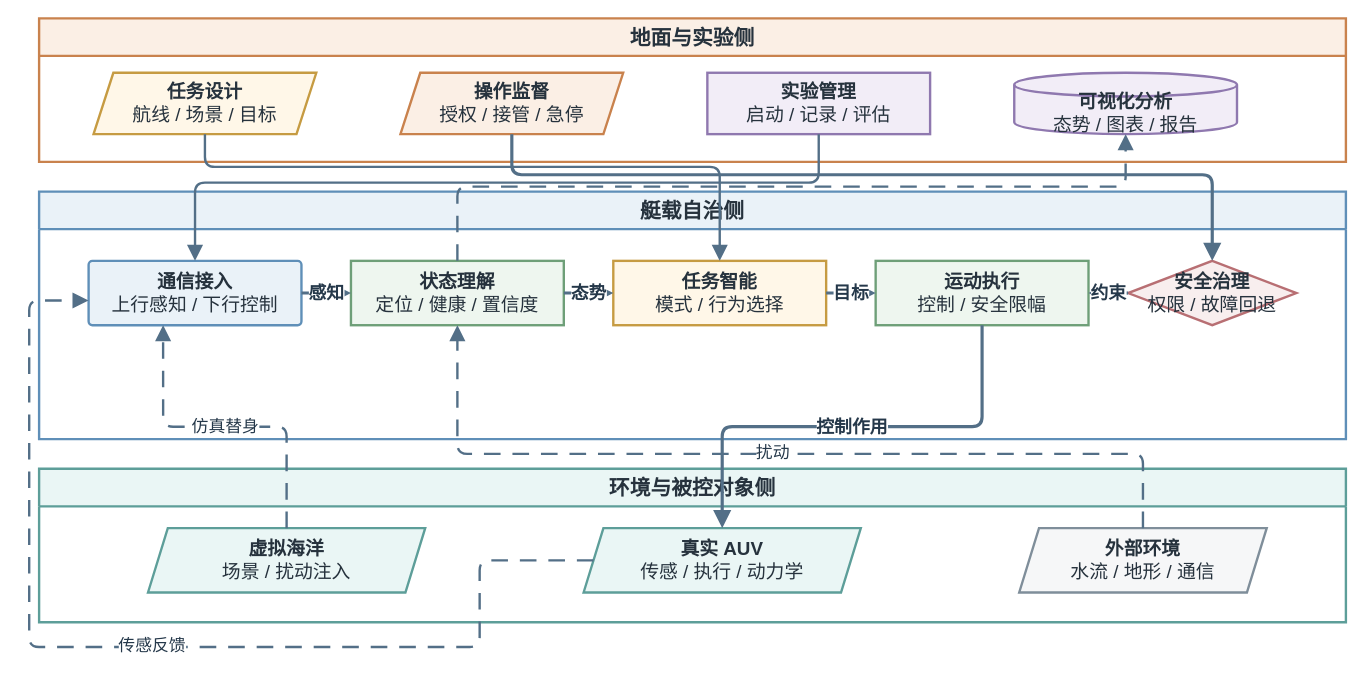
Above: docs/thesis/figures/architecture/auv_system_subsystem_organization.drawio in 360ZMEM/AUV-Master-Project (draw.io), before the change. Source tidied: cells renumbered, new cells numbered last; positions are measured from the earlier drawing's top-left corner, leaving out a move shared by most shapes. Both pictures are drawn from the tidied source at 99%, with x=0, y=0 at pixel (29, 18).
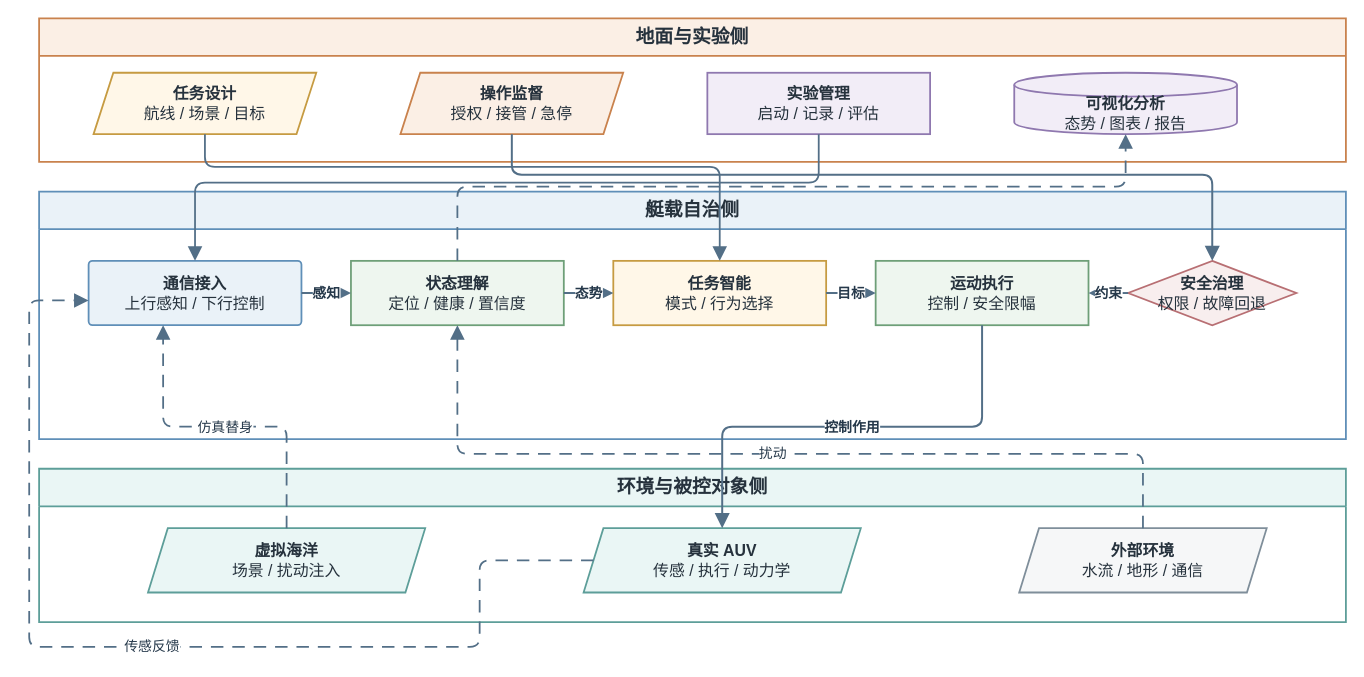
The same diagram, later.

What changed in the source:
```diff
@@
-    <mxCell id="2" value="地面与实验侧" style="swimlane;whiteSpace=wrap;html=1;startSize=38;rounded=0;fillColor=#FBEFE5;strokeColor=#C9824D;strokeWidth=2.4;fontFamily=Songti SC;fontSize=21;fontStyle=1;fontColor=#26323D;" parent="1" vertex="1">
+    <mxCell id="2" value="地面与实验侧" style="swimlane;whiteSpace=wrap;html=1;startSize=38;rounded=0;fillColor=#FBEFE5;strokeColor=#C9824D;strokeWidth=1.8;fontFamily=Songti SC;fontSize=19;fontStyle=1;fontColor=#26323D;" parent="1" vertex="1">
       <mxGeometry x="10" width="1320" height="145" as="geometry" />
     </mxCell>
-    <mxCell id="3" value="艇载自治侧" style="swimlane;whiteSpace=wrap;html=1;startSize=38;rounded=0;fillColor=#EAF2F8;strokeColor=#5F8FB8;strokeWidth=2.4;fontFamily=Songti SC;fontSize=21;fontStyle=1;fontColor=#26323D;" parent="1" vertex="1">
+    <mxCell id="3" value="艇载自治侧" style="swimlane;whiteSpace=wrap;html=1;startSize=38;rounded=0;fillColor=#EAF2F8;strokeColor=#5F8FB8;strokeWidth=1.8;fontFamily=Songti SC;fontSize=19;fontStyle=1;fontColor=#26323D;" parent="1" vertex="1">
       <mxGeometry x="10" y="175" width="1320" height="250" as="geometry" />
     </mxCell>
-    <mxCell id="4" value="环境与被控对象侧" style="swimlane;whiteSpace=wrap;html=1;startSize=38;rounded=0;fillColor=#EAF6F5;strokeColor=#5D9E99;strokeWidth=2.4;fontFamily=Songti SC;fontSize=21;fontStyle=1;fontColor=#26323D;" parent="1" vertex="1">
+    <mxCell id="4" value="环境与被控对象侧" style="swimlane;whiteSpace=wrap;html=1;startSize=38;rounded=0;fillColor=#EAF6F5;strokeColor=#5D9E99;strokeWidth=1.8;fontFamily=Songti SC;fontSize=19;fontStyle=1;fontColor=#26323D;" parent="1" vertex="1">
       <mxGeometry x="10" y="455" width="1320" height="155" as="geometry" />
     </mxCell>
-    <mxCell id="5" value="&lt;b&gt;任务设计&lt;/b&gt;&lt;br&gt;航线 / 场景 / 目标" style="shape=parallelogram;perimeter=parallelogramPerimeter;fixedSize=1;whiteSpace=wrap;html=1;align=center;verticalAlign=middle;fillColor=#FFF7E8;strokeColor=#C69B42;strokeWidth=2.4;spacing=8;fontFamily=Songti SC;fontSize=19;fontColor=#26323D;" parent="2" vertex="1">
+    <mxCell id="5" value="&lt;b&gt;任务设计&lt;/b&gt;&lt;br&gt;航线 / 场景 / 目标" style="shape=parallelogram;perimeter=parallelogramPerimeter;fixedSize=1;whiteSpace=wrap;html=1;align=center;verticalAlign=middle;fillColor=#FFF7E8;strokeColor=#C69B42;strokeWidth=1.8;spacing=8;fontFamily=Songti SC;fontSize=16;fontColor=#26323D;" parent="2" vertex="1">
       <mxGeometry x="55" y="55" width="225" height="62" as="geometry" />
     </mxCell>
-    <mxCell id="6" value="&lt;b&gt;操作监督&lt;/b&gt;&lt;br&gt;授权 / 接管 / 急停" style="shape=parallelogram;perimeter=parallelogramPerimeter;fixedSize=1;whiteSpace=wrap;html=1;align=center;verticalAlign=middle;fillColor=#FBEFE5;strokeColor=#C9824D;strokeWidth=2.4;spacing=8;fontFamily=Songti SC;fontSize=19;fontColor=#26323D;" parent="2" vertex="1">
+    <mxCell id="6" value="&lt;b&gt;操作监督&lt;/b&gt;&lt;br&gt;授权 / 接管 / 急停" style="shape=parallelogram;perimeter=parallelogramPerimeter;fixedSize=1;whiteSpace=wrap;html=1;align=center;verticalAlign=middle;fillColor=#FBEFE5;strokeColor=#C9824D;strokeWidth=1.8;spacing=8;fontFamily=Songti SC;fontSize=16;fontColor=#26323D;" parent="2" vertex="1">
       <mxGeometry x="365" y="55" width="225" height="62" as="geometry" />
     </mxCell>
-    <mxCell id="7" value="&lt;b&gt;实验管理&lt;/b&gt;&lt;br&gt;启动 / 记录 / 评估" style="rounded=0;whiteSpace=wrap;html=1;align=center;verticalAlign=middle;fillColor=#F2EDF7;strokeColor=#8F78AF;strokeWidth=2.4;spacing=8;fontFamily=Songti SC;fontSize=19;fontColor=#26323D;" parent="2" vertex="1">
+    <mxCell id="7" value="&lt;b&gt;实验管理&lt;/b&gt;&lt;br&gt;启动 / 记录 / 评估" style="rounded=0;whiteSpace=wrap;html=1;align=center;verticalAlign=middle;fillColor=#F2EDF7;strokeColor=#8F78AF;strokeWidth=1.8;spacing=8;fontFamily=Songti SC;fontSize=16;fontColor=#26323D;" parent="2" vertex="1">
       <mxGeometry x="675" y="55" width="225" height="62" as="geometry" />
     </mxCell>
-    <mxCell id="8" value="&lt;b&gt;可视化分析&lt;/b&gt;&lt;br&gt;态势 / 图表 / 报告" style="shape=cylinder3;boundedLbl=1;backgroundOutline=1;size=12;whiteSpace=wrap;html=1;align=center;verticalAlign=middle;fillColor=#F2EDF7;strokeColor=#8F78AF;strokeWidth=2.4;spacing=8;fontFamily=Songti SC;fontSize=19;fontColor=#26323D;" parent="2" vertex="1">
+    <mxCell id="8" value="&lt;b&gt;可视化分析&lt;/b&gt;&lt;br&gt;态势 / 图表 / 报告" style="shape=cylinder3;boundedLbl=1;backgroundOutline=1;size=12;whiteSpace=wrap;html=1;align=center;verticalAlign=middle;fillColor=#F2EDF7;strokeColor=#8F78AF;strokeWidth=1.8;spacing=8;fontFamily=Songti SC;fontSize=16;fontColor=#26323D;" parent="2" vertex="1">
       <mxGeometry x="985" y="55" width="225" height="62" as="geometry" />
     </mxCell>
-    <mxCell id="9" value="&lt;b&gt;通信接入&lt;/b&gt;&lt;br&gt;上行感知 / 下行控制" style="rounded=1;arcSize=6;whiteSpace=wrap;html=1;align=center;verticalAlign=middle;fillColor=#EAF2F8;strokeColor=#5F8FB8;strokeWidth=2.4;spacing=8;fontFamily=Songti SC;fontSize=19;fontColor=#26323D;" parent="3" vertex="1">
+    <mxCell id="9" value="&lt;b&gt;通信接入&lt;/b&gt;&lt;br&gt;上行感知 / 下行控制" style="rounded=1;arcSize=6;whiteSpace=wrap;html=1;align=center;verticalAlign=middle;fillColor=#EAF2F8;strokeColor=#5F8FB8;strokeWidth=1.8;spacing=8;fontFamily=Songti SC;fontSize=16;fontColor=#26323D;" parent="3" vertex="1">
       <mxGeometry x="50" y="70" width="215" height="65" as="geometry" />
     </mxCell>
-    <mxCell id="10" value="&lt;b&gt;状态理解&lt;/b&gt;&lt;br&gt;定位 / 健康 / 置信度" style="rounded=0;whiteSpace=wrap;html=1;align=center;verticalAlign=middle;fillColor=#EEF6EF;strokeColor=#6E9F78;strokeWidth=2.4;spacing=8;fontFamily=Songti SC;fontSize=19;fontColor=#26323D;" parent="3" vertex="1">
+    <mxCell id="10" value="&lt;b&gt;状态理解&lt;/b&gt;&lt;br&gt;定位 / 健康 / 置信度" style="rounded=0;whiteSpace=wrap;html=1;align=center;verticalAlign=middle;fillColor=#EEF6EF;strokeColor=#6E9F78;strokeWidth=1.8;spacing=8;fontFamily=Songti SC;fontSize=16;fontColor=#26323D;" parent="3" vertex="1">
       <mxGeometry x="315" y="70" width="215" height="65" as="geometry" />
     </mxCell>
-    <mxCell id="11" value="&lt;b&gt;任务智能&lt;/b&gt;&lt;br&gt;模式 / 行为选择" style="rounded=0;whiteSpace=wrap;html=1;align=center;verticalAlign=middle;fillColor=#FFF7E8;strokeColor=#C69B42;strokeWidth=2.4;spacing=8;fontFamily=Songti SC;fontSize=19;fontColor=#26323D;" parent="3" vertex="1">
+    <mxCell id="11" value="&lt;b&gt;任务智能&lt;/b&gt;&lt;br&gt;模式 / 行为选择" style="rounded=0;whiteSpace=wrap;html=1;align=center;verticalAlign=middle;fillColor=#FFF7E8;strokeColor=#C69B42;strokeWidth=1.8;spacing=8;fontFamily=Songti SC;fontSize=16;fontColor=#26323D;" parent="3" vertex="1">
       <mxGeometry x="580" y="70" width="215" height="65" as="geometry" />
     </mxCell>
-    <mxCell id="12" value="&lt;b&gt;运动执行&lt;/b&gt;&lt;br&gt;控制 / 安全限幅" style="rounded=0;whiteSpace=wrap;html=1;align=center;verticalAlign=middle;fillColor=#EEF6EF;strokeColor=#6E9F78;strokeWidth=2.4;spacing=8;fontFamily=Songti SC;fontSize=19;fontColor=#26323D;" parent="3" vertex="1">
+    <mxCell id="12" value="&lt;b&gt;运动执行&lt;/b&gt;&lt;br&gt;控制 / 安全限幅" style="rounded=0;whiteSpace=wrap;html=1;align=center;verticalAlign=middle;fillColor=#EEF6EF;strokeColor=#6E9F78;strokeWidth=1.8;spacing=8;fontFamily=Songti SC;fontSize=16;fontColor=#26323D;" parent="3" vertex="1">
       <mxGeometry x="845" y="70" width="215" height="65" as="geometry" />
     </mxCell>
-    <mxCell id="13" value="&lt;b&gt;安全治理&lt;/b&gt;&lt;br&gt;权限 / 故障回退" style="rhombus;whiteSpace=wrap;html=1;align=center;verticalAlign=middle;fillColor=#F8EEEE;strokeColor=#B86F73;strokeWidth=2.4;spacing=8;fontFamily=Songti SC;fontSize=19;fontColor=#26323D;" parent="3" vertex="1">
+    <mxCell id="13" value="&lt;b&gt;安全治理&lt;/b&gt;&lt;br&gt;权限 / 故障回退" style="rhombus;whiteSpace=wrap;html=1;align=center;verticalAlign=middle;fillColor=#F8EEEE;strokeColor=#B86F73;strokeWidth=1.8;spacing=8;fontFamily=Songti SC;fontSize=16;fontColor=#26323D;" parent="3" vertex="1">
       <mxGeometry x="1100" y="70" width="170" height="65" as="geometry" />
     </mxCell>
-    <mxCell id="14" value="&lt;b&gt;虚拟海洋&lt;/b&gt;&lt;br&gt;场景 / 扰动注入" style="shape=parallelogram;perimeter=parallelogramPerimeter;fixedSize=1;whiteSpace=wrap;html=1;align=center;verticalAlign=middle;fillColor=#EAF6F5;strokeColor=#5D9E99;strokeWidth=2.4;spacing=8;fontFamily=Songti SC;fontSize=19;fontColor=#26323D;" parent="4" vertex="1">
+    <mxCell id="14" value="&lt;b&gt;虚拟海洋&lt;/b&gt;&lt;br&gt;场景 / 扰动注入" style="shape=parallelogram;perimeter=parallelogramPerimeter;fixedSize=1;whiteSpace=wrap;html=1;align=center;verticalAlign=middle;fillColor=#EAF6F5;strokeColor=#5D9E99;strokeWidth=1.8;spacing=8;fontFamily=Songti SC;fontSize=16;fontColor=#26323D;" parent="4" vertex="1">
       <mxGeometry x="110" y="60" width="280" height="65" as="geometry" />
     </mxCell>
-    <mxCell id="15" value="&lt;b&gt;真实 AUV&lt;/b&gt;&lt;br&gt;传感 / 执行 / 动力学" style="shape=parallelogram;perimeter=parallelogramPerimeter;fixedSize=1;whiteSpace=wrap;html=1;align=center;verticalAlign=middle;fillColor=#EAF6F5;strokeColor=#5D9E99;strokeWidth=2.4;spacing=8;fontFamily=Songti SC;fontSize=19;fontColor=#26323D;" parent="4" vertex="1">
+    <mxCell id="15" value="&lt;b&gt;真实 AUV&lt;/b&gt;&lt;br&gt;传感 / 执行 / 动力学" style="shape=parallelogram;perimeter=parallelogramPerimeter;fixedSize=1;whiteSpace=wrap;html=1;align=center;verticalAlign=middle;fillColor=#EAF6F5;strokeColor=#5D9E99;strokeWidth=1.8;spacing=8;fontFamily=Songti SC;fontSize=16;fontColor=#26323D;" parent="4" vertex="1">
       <mxGeometry x="550" y="60" width="280" height="65" as="geometry" />
     </mxCell>
-    <mxCell id="16" value="&lt;b&gt;外部环境&lt;/b&gt;&lt;br&gt;水流 / 地形 / 通信" style="shape=parallelogram;perimeter=parallelogramPerimeter;fixedSize=1;whiteSpace=wrap;html=1;align=center;verticalAlign=middle;fillColor=#F6F7F8;strokeColor=#7F8E9A;strokeWidth=2.4;spacing=8;fontFamily=Songti SC;fontSize=19;fontColor=#26323D;" parent="4" vertex="1">
+    <mxCell id="16" value="&lt;b&gt;外部环境&lt;/b&gt;&lt;br&gt;水流 / 地形 / 通信" style="shape=parallelogram;perimeter=parallelogramPerimeter;fixedSize=1;whiteSpace=wrap;html=1;align=center;verticalAlign=middle;fillColor=#F6F7F8;strokeColor=#7F8E9A;strokeWidth=1.8;spacing=8;fontFamily=Songti SC;fontSize=16;fontColor=#26323D;" parent="4" vertex="1">
       <mxGeometry x="990" y="60" width="250" height="65" as="geometry" />
     </mxCell>
-    <mxCell id="17" style="edgeStyle=orthogonalEdgeStyle;rounded=1;jettySize=auto;html=1;strokeColor=#536F87;strokeWidth=2.4;fontFamily=Songti SC;fontSize=17;fontColor=#25384A;labelBackgroundColor=#FFFFFF;labelBorderColor=none;endArrow=block;endFill=1;endSize=10;exitX=0.5;exitY=1;entryX=0.5;entryY=0;" parent="1" edge="1" source="5" target="11">
+    <mxCell id="17" style="edgeStyle=orthogonalEdgeStyle;rounded=1;jettySize=auto;html=1;strokeColor=#536F87;strokeWidth=1.8;fontFamily=Songti SC;fontSize=14;fontColor=#25384A;labelBackgroundColor=#FFFFFF;labelBorderColor=none;endArrow=block;endFill=1;endSize=10;exitX=0.5;exitY=1;entryX=0.5;entryY=0;" parent="1" edge="1" source="5" target="11">
       <mxGeometry relative="1" as="geometry">
         <Array as="points">
           <mxPoint x="178" y="150" />
           <mxPoint x="698" y="150" />
         </Array>
       </mxGeometry>
     </mxCell>
-    <mxCell id="18" style="edgeStyle=orthogonalEdgeStyle;rounded=1;jettySize=auto;html=1;strokeColor=#536F87;strokeWidth=3.2;fontFamily=Songti SC;fontSize=18;fontStyle=1;fontColor=#25384A;labelBackgroundColor=#FFFFFF;labelBorderColor=none;endArrow=block;endFill=1;endSize=10;exitX=0.5;exitY=1;entryX=0.5;entryY=0;" parent="1" edge="1" source="6" target="13">
+    <mxCell id="18" style="edgeStyle=orthogonalEdgeStyle;rounded=1;jettySize=auto;html=1;strokeColor=#536F87;strokeWidth=2.0;fontFamily=Songti SC;fontSize=14;fontStyle=1;fontColor=#25384A;labelBackgroundColor=#FFFFFF;labelBorderColor=none;endArrow=block;endFill=1;endSize=10;exitX=0.5;exitY=1;entryX=0.5;entryY=0;" parent="1" edge="1" source="6" target="13">
       <mxGeometry relative="1" as="geometry">
         <Array as="points">
           <mxPoint x="488" y="158" />
           <mxPoint x="1195" y="158" />
         </Array>
       </mxGeometry>
     </mxCell>
-    <mxCell id="19" style="edgeStyle=orthogonalEdgeStyle;rounded=1;jettySize=auto;html=1;strokeColor=#536F87;strokeWidth=2.4;fontFamily=Songti SC;fontSize=17;fontColor=#25384A;labelBackgroundColor=#FFFFFF;labelBorderColor=none;endArrow=block;endFill=1;endSize=10;exitX=0.5;exitY=1;entryX=0.5;entryY=0;" parent="1" edge="1" source="7" target="9">
+    <mxCell id="19" style="edgeStyle=orthogonalEdgeStyle;rounded=1;jettySize=auto;html=1;strokeColor=#536F87;strokeWidth=1.8;fontFamily=Songti SC;fontSize=14;fontColor=#25384A;labelBackgroundColor=#FFFFFF;labelBorderColor=none;endArrow=block;endFill=1;endSize=10;exitX=0.5;exitY=1;entryX=0.5;entryY=0;" parent="1" edge="1" source="7" target="9">
       <mxGeometry relative="1" as="geometry">
         <Array as="points">
           <mxPoint x="798" y="166" />
           <mxPoint x="168" y="166" />
         </Array>
       </mxGeometry>
     </mxCell>
-    <mxCell id="20" value="感知" style="edgeStyle=orthogonalEdgeStyle;rounded=1;jettySize=auto;html=1;strokeColor=#536F87;strokeWidth=3.2;fontFamily=Songti SC;fontSize=18;fontStyle=1;fontColor=#25384A;labelBackgroundColor=#FFFFFF;labelBorderColor=none;endArrow=block;endFill=1;endSize=10;exitX=1;entryX=0;" parent="1" edge="1" source="9" target="10">
+    <mxCell id="20" value="感知" style="edgeStyle=orthogonalEdgeStyle;rounded=1;jettySize=auto;html=1;strokeColor=#536F87;strokeWidth=2.0;fontFamily=Songti SC;fontSize=14;fontStyle=1;fontColor=#25384A;labelBackgroundColor=#FFFFFF;labelBorderColor=none;endArrow=block;endFill=1;endSize=10;exitX=1;entryX=0;" parent="1" edge="1" source="9" target="10">
       <mxGeometry relative="1" as="geometry" />
     </mxCell>
-    <mxCell id="21" value="态势" style="edgeStyle=orthogonalEdgeStyle;rounded=1;jettySize=auto;html=1;strokeColor=#536F87;strokeWidth=3.2;fontFamily=Songti SC;fontSize=18;fontStyle=1;fontColor=#25384A;labelBackgroundColor=#FFFFFF;labelBorderColor=none;endArrow=block;endFill=1;endSize=10;exitX=1;entryX=0;" parent="1" edge="1" source="10" target="11">
+    <mxCell id="21" value="态势" style="edgeStyle=orthogonalEdgeStyle;rounded=1;jettySize=auto;html=1;strokeColor=#536F87;strokeWidth=2.0;fontFamily=Songti SC;fontSize=14;fontStyle=1;fontColor=#25384A;labelBackgroundColor=#FFFFFF;labelBorderColor=none;endArrow=block;endFill=1;endSize=10;exitX=1;entryX=0;" parent="1" edge="1" source="10" target="11">
       <mxGeometry relative="1" as="geometry" />
     </mxCell>
-    <mxCell id="22" value="目标" style="edgeStyle=orthogonalEdgeStyle;rounded=1;jettySize=auto;html=1;strokeColor=#536F87;strokeWidth=3.2;fontFamily=Songti SC;fontSize=18;fontStyle=1;fontColor=#25384A;labelBackgroundColor=#FFFFFF;labelBorderColor=none;endArrow=block;endFill=1;endSize=10;exitX=1;entryX=0;" parent="1" edge="1" source="11" target="12">
+    <mxCell id="22" value="目标" style="edgeStyle=orthogonalEdgeStyle;rounded=1;jettySize=auto;html=1;strokeColor=#536F87;strokeWidth=2.0;fontFamily=Songti SC;fontSize=14;fontStyle=1;fontColor=#25384A;labelBackgroundColor=#FFFFFF;labelBorderColor=none;endArrow=block;endFill=1;endSize=10;exitX=1;entryX=0;" parent="1" edge="1" source="11" target="12">
       <mxGeometry relative="1" as="geometry" />
     </mxCell>
-    <mxCell id="23" value="约束" style="edgeStyle=orthogonalEdgeStyle;rounded=1;jettySize=auto;html=1;strokeColor=#536F87;strokeWidth=3.2;fontFamily=Songti SC;fontSize=18;fontStyle=1;fontColor=#25384A;labelBackgroundColor=#FFFFFF;labelBorderColor=none;endArrow=block;endFill=1;endSize=10;exitX=1;entryX=0;" parent="1" edge="1" source="13" target="12">
+    <mxCell id="23" value="约束" style="edgeStyle=orthogonalEdgeStyle;rounded=1;jettySize=auto;html=1;strokeColor=#536F87;strokeWidth=2.0;fontFamily=Songti SC;fontSize=14;fontStyle=1;fontColor=#25384A;labelBackgroundColor=#FFFFFF;labelBorderColor=none;endArrow=block;endFill=1;endSize=10;exitX=1;entryX=0;" parent="1" edge="1" source="13" target="12">
       <mxGeometry relative="1" as="geometry" />
     </mxCell>
-    <mxCell id="24" value="控制作用" style="edgeStyle=orthogonalEdgeStyle;rounded=1;jettySize=auto;html=1;strokeColor=#536F87;strokeWidth=3.2;fontFamily=Songti SC;fontSize=18;fontStyle=1;fontColor=#25384A;labelBackgroundColor=#FFFFFF;labelBorderColor=none;endArrow=block;endFill=1;endSize=10;exitX=0.5;exitY=1;entryX=0.5;entryY=0;" parent="1" edge="1" source="12" target="15">
+    <mxCell id="24" value="控制作用" style="edgeStyle=orthogonalEdgeStyle;rounded=1;jettySize=auto;html=1;strokeColor=#536F87;strokeWidth=2.0;fontFamily=Songti SC;fontSize=14;fontStyle=1;fontColor=#25384A;labelBackgroundColor=#FFFFFF;labelBorderColor=none;endArrow=block;endFill=1;endSize=10;exitX=0.5;exitY=1;entryX=0.5;entryY=0;" parent="1" edge="1" source="12" target="15">
       <mxGeometry relative="1" as="geometry" />
     </mxCell>
-    <mxCell id="25" value="传感反馈" style="edgeStyle=orthogonalEdgeStyle;rounded=1;jettySize=auto;html=1;strokeColor=#536F87;strokeWidth=2.4;fontFamily=Songti SC;fontSize=17;fontColor=#25384A;labelBackgroundColor=#FFFFFF;labelBorderColor=none;endArrow=block;endFill=1;endSize=10;dashed=1;dashPattern=7 5;exitX=0;entryX=0;" parent="1" edge="1" source="15" target="9">
+    <mxCell id="25" value="传感反馈" style="edgeStyle=orthogonalEdgeStyle;rounded=1;jettySize=auto;html=1;strokeColor=#536F87;strokeWidth=1.8;fontFamily=Songti SC;fontSize=14;fontColor=#25384A;labelBackgroundColor=#FFFFFF;labelBorderColor=none;endArrow=block;endFill=1;endSize=10;dashed=1;dashPattern=7 5;exitX=0;entryX=0;" parent="1" edge="1" source="15" target="9">
       <mxGeometry relative="1" as="geometry">
         <Array as="points">
           <mxPoint x="455" y="635" />
           <mxPoint y="635" />
           <mxPoint y="285" />
         </Array>
       </mxGeometry>
     </mxCell>
-    <mxCell id="26" value="仿真替身" style="edgeStyle=orthogonalEdgeStyle;rounded=1;jettySize=auto;html=1;strokeColor=#536F87;strokeWidth=2.4;fontFamily=Songti SC;fontSize=17;fontColor=#25384A;labelBackgroundColor=#FFFFFF;labelBorderColor=none;endArrow=block;endFill=1;endSize=10;dashed=1;dashPattern=7 5;exitX=0.5;exitY=0;entryX=0.35;entryY=1;" parent="1" edge="1" source="14" target="9">
+    <mxCell id="26" value="仿真替身" style="edgeStyle=orthogonalEdgeStyle;rounded=1;jettySize=auto;html=1;strokeColor=#536F87;strokeWidth=1.8;fontFamily=Songti SC;fontSize=14;fontColor=#25384A;labelBackgroundColor=#FFFFFF;labelBorderColor=none;endArrow=block;endFill=1;endSize=10;dashed=1;dashPattern=7 5;exitX=0.5;exitY=0;entryX=0.35;entryY=1;" parent="1" edge="1" source="14" target="9">
       <mxGeometry relative="1" as="geometry" />
     </mxCell>
-    <mxCell id="27" value="扰动" style="edgeStyle=orthogonalEdgeStyle;rounded=1;jettySize=auto;html=1;strokeColor=#536F87;strokeWidth=2.4;fontFamily=Songti SC;fontSize=17;fontColor=#25384A;labelBackgroundColor=#FFFFFF;labelBorderColor=none;endArrow=block;endFill=1;endSize=10;dashed=1;dashPattern=7 5;exitX=0.5;exitY=0;entryX=0.5;entryY=1;" parent="1" edge="1" source="16" target="10">
+    <mxCell id="27" value="扰动" style="edgeStyle=orthogonalEdgeStyle;rounded=1;jettySize=auto;html=1;strokeColor=#536F87;strokeWidth=1.8;fontFamily=Songti SC;fontSize=14;fontColor=#25384A;labelBackgroundColor=#FFFFFF;labelBorderColor=none;endArrow=block;endFill=1;endSize=10;dashed=1;dashPattern=7 5;exitX=0.5;exitY=0;entryX=0.5;entryY=1;" parent="1" edge="1" source="16" target="10">
       <mxGeometry relative="1" as="geometry">
         <Array as="points">
           <mxPoint x="1095" y="440" />
           <mxPoint x="405" y="440" />
         </Array>
       </mxGeometry>
     </mxCell>
-    <mxCell id="28" style="edgeStyle=orthogonalEdgeStyle;rounded=1;jettySize=auto;html=1;strokeColor=#536F87;strokeWidth=2.4;fontFamily=Songti SC;fontSize=17;fontColor=#25384A;labelBackgroundColor=#FFFFFF;labelBorderColor=none;endArrow=block;endFill=1;endSize=10;dashed=1;dashPattern=7 5;exitX=0.5;exitY=0;entryX=0.5;entryY=1;" parent="1" edge="1" source="10" target="8">
+    <mxCell id="28" style="edgeStyle=orthogonalEdgeStyle;rounded=1;jettySize=auto;html=1;strokeColor=#536F87;strokeWidth=1.8;fontFamily=Songti SC;fontSize=14;fontColor=#25384A;labelBackgroundColor=#FFFFFF;labelBorderColor=none;endArrow=block;endFill=1;endSize=10;dashed=1;dashPattern=7 5;exitX=0.5;exitY=0;entryX=0.5;entryY=1;" parent="1" edge="1" source="10" target="8">
       <mxGeometry relative="1" as="geometry">
         <Array as="points">
           <mxPoint x="433" y="170" />
           <mxPoint x="1108" y="170" />
         </Array>
       </mxGeometry>
     </mxCell>
```
